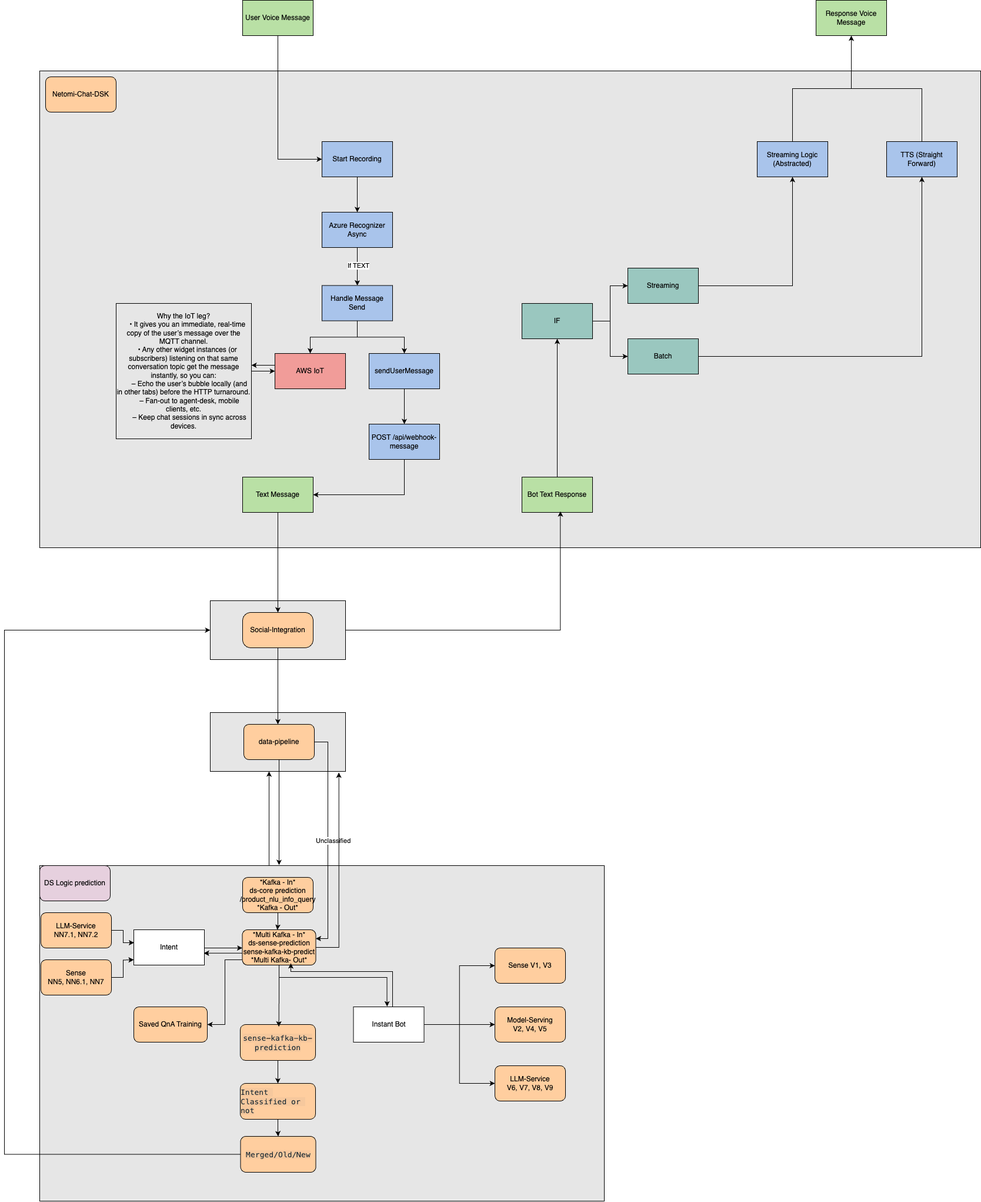
The draw.io diagram Acrh Oration Current Detailed.png in anirudh-32/Images, before a commit. Source tidied: cells renumbered, new cells last; positions are measured from the earlier drawing's top-left corner, leaving out a move shared by most shapes.
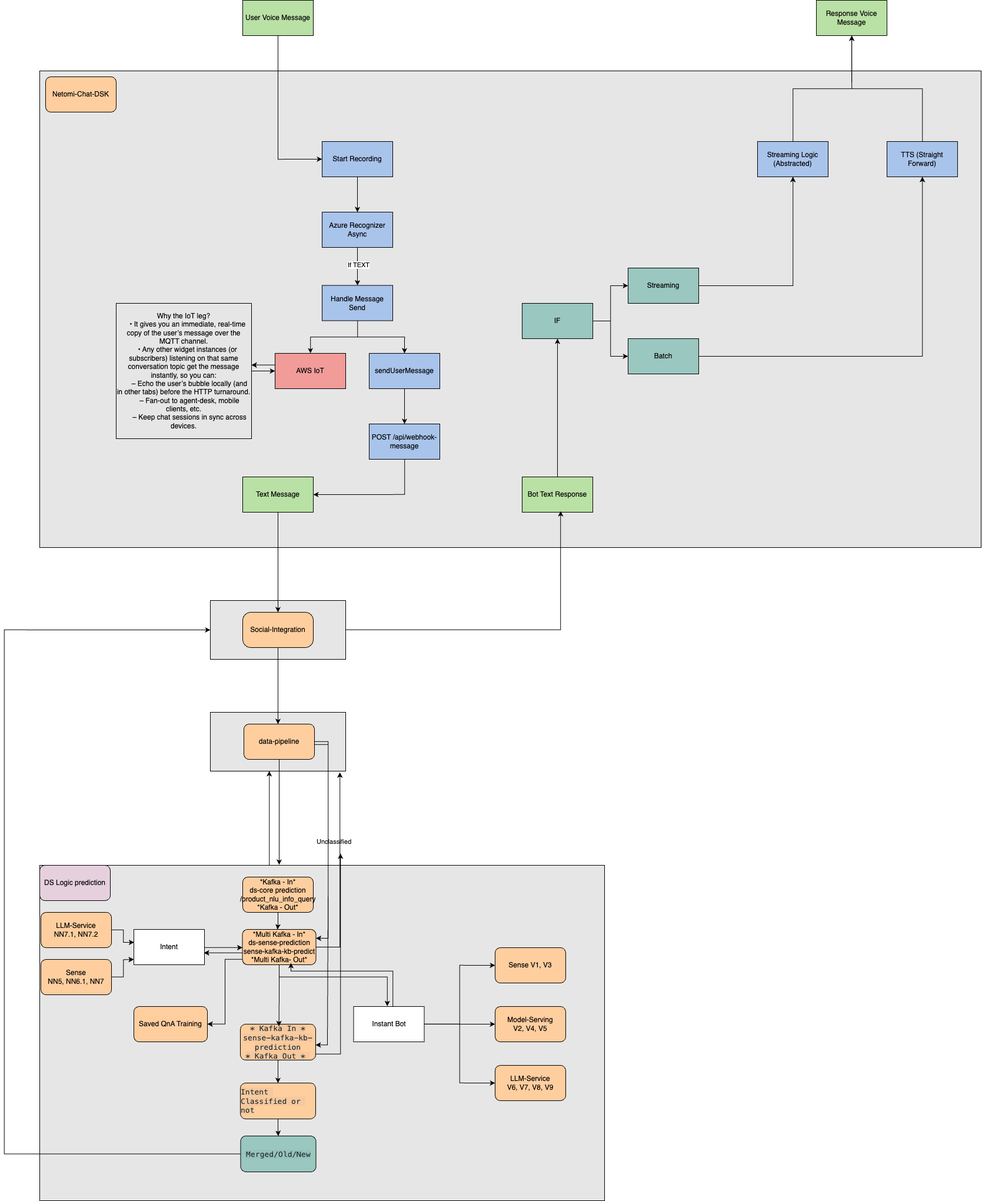
Above is the later version.

What changed in the source:
```diff
@@ -174,6 +174,18 @@
     <mxCell id="47" value="&amp;nbsp; &amp;nbsp; &amp;nbsp; Unclassified" style="edgeLabel;html=1;align=center;verticalAlign=middle;" parent="46" vertex="1">
       <mxGeometry x="0.01" y="-1" relative="1" as="geometry" />
     </mxCell>
+    <mxCell id="80" style="edgeStyle=orthogonalEdgeStyle;rounded=0;orthogonalLoop=1;jettySize=auto;html=1;entryX=1;entryY=0.5;entryDx=0;entryDy=0;" parent="1" edge="1">
+      <mxGeometry relative="1" as="geometry">
+        <mxPoint x="527" y="1264.8" as="sourcePoint" />
+        <mxPoint x="529" y="1775.2" as="targetPoint" />
+        <Array as="points">
+          <mxPoint x="550" y="1264.8" />
+          <mxPoint x="550" y="1519.8" />
+          <mxPoint x="549" y="1519.8" />
+          <mxPoint x="549" y="1774.8" />
+        </Array>
+      </mxGeometry>
+    </mxCell>
     <mxCell id="48" value="data-pipeline" style="rounded=1;whiteSpace=wrap;html=1;fillColor=#FFCE9F;" parent="1" vertex="1">
       <mxGeometry x="407" y="1230" width="120" height="60" as="geometry" />
     </mxCell>
@@ -249,10 +261,12 @@
         <mxPoint x="220" y="1630" as="targetPoint" />
       </mxGeometry>
     </mxCell>
-    <mxCell id="62" style="edgeStyle=orthogonalEdgeStyle;rounded=0;jettySize=auto;html=1;entryX=0.951;entryY=1.019;entryDx=0;entryDy=0;entryPerimeter=0;" parent="1" edge="1" source="55" target="2">
+    <mxCell id="62" style="edgeStyle=orthogonalEdgeStyle;rounded=0;jettySize=auto;html=1;" parent="1" edge="1" source="55">
       <mxGeometry relative="1" as="geometry">
+        <mxPoint x="570" y="1310" as="targetPoint" />
         <Array as="points">
-          <mxPoint x="569" y="1609" />
+          <mxPoint x="570" y="1609" />
+          <mxPoint x="570" y="1312" />
         </Array>
       </mxGeometry>
     </mxCell>
@@ -286,7 +300,7 @@
     <mxCell id="72" style="edgeStyle=orthogonalEdgeStyle;rounded=0;jettySize=auto;html=1;" parent="1" edge="1" source="73" target="77">
       <mxGeometry relative="1" as="geometry" />
     </mxCell>
-    <mxCell id="73" value="&lt;span style=&quot;white-space-collapse: preserve; color: rgba(28, 43, 52, 0.98); font-family: &amp;quot;Roboto Mono&amp;quot;, Menlo, &amp;quot;Liberation Mono&amp;quot;, Courier, monospace; font-size: 13px; text-align: left; background-color: rgba(88, 95, 112, 0.05);&quot;&gt;sense&lt;/span&gt;&lt;span style=&quot;white-space-collapse: preserve; box-sizing: inherit; --code-background: var(--code-background-default,var(--ui-code-background)); --code-marker-background: #f2ecfc#b48fe11a; --code-marker-column-background: #cbb1ed80#b48fe133; --code-border: #e2e5ed#2c2b2b; --code-marker-numbers: #373b4680#ffffff4d; --code-text-purple: #632ca6#a26dd8; --code-text-yellow: #de5f0c#a68716; --code-text-green: #2a7e41#40ab5e; --code-text-blue: #006bc2#3d8bd0; --code-text-pink: #d60f86#ff00c7; --selected-code-highlight-color: #373b4633#d4d1d633; --code-text: var(--ui-text); font-family: &amp;quot;Roboto Mono&amp;quot;, Menlo, &amp;quot;Liberation Mono&amp;quot;, Courier, monospace; font-size: 13px; text-align: left; background-color: rgba(88, 95, 112, 0.05);&quot; class=&quot;hllog_quoted-string&quot;&gt;-&lt;/span&gt;&lt;span style=&quot;white-space-collapse: preserve; color: rgba(28, 43, 52, 0.98); font-family: &amp;quot;Roboto Mono&amp;quot;, Menlo, &amp;quot;Liberation Mono&amp;quot;, Courier, monospace; font-size: 13px; text-align: left; background-color: rgba(88, 95, 112, 0.05);&quot;&gt;kafka-kb&lt;/span&gt;&lt;span style=&quot;white-space-collapse: preserve; box-sizing: inherit; --code-background: var(--code-background-default,var(--ui-code-background)); --code-marker-background: #f2ecfc#b48fe11a; --code-marker-column-background: #cbb1ed80#b48fe133; --code-border: #e2e5ed#2c2b2b; --code-marker-numbers: #373b4680#ffffff4d; --code-text-purple: #632ca6#a26dd8; --code-text-yellow: #de5f0c#a68716; --code-text-green: #2a7e41#40ab5e; --code-text-blue: #006bc2#3d8bd0; --code-text-pink: #d60f86#ff00c7; --selected-code-highlight-color: #373b4633#d4d1d633; --code-text: var(--ui-text); font-family: &amp;quot;Roboto Mono&amp;quot;, Menlo, &amp;quot;Liberation Mono&amp;quot;, Courier, monospace; font-size: 13px; text-align: left; background-color: rgba(88, 95, 112, 0.05);&quot; class=&quot;hllog_quoted-string&quot;&gt;-&lt;/span&gt;&lt;span style=&quot;white-space-collapse: preserve; color: rgba(28, 43, 52, 0.98); font-family: &amp;quot;Roboto Mono&amp;quot;, Menlo, &amp;quot;Liberation Mono&amp;quot;, Courier, monospace; font-size: 13px; text-align: left; background-color: rgba(88, 95, 112, 0.05);&quot;&gt;prediction&lt;/span&gt;" style="rounded=1;whiteSpace=wrap;html=1;fillColor=#FFCE9F;" parent="1" vertex="1">
+    <mxCell id="73" value="&lt;div&gt;&lt;span style=&quot;white-space-collapse: preserve; color: rgba(28, 43, 52, 0.98); font-family: &amp;quot;Roboto Mono&amp;quot;, Menlo, &amp;quot;Liberation Mono&amp;quot;, Courier, monospace; font-size: 13px; text-align: left; background-color: rgba(88, 95, 112, 0.05);&quot;&gt;* Kafka In *&lt;/span&gt;&lt;/div&gt;&lt;span style=&quot;white-space-collapse: preserve; color: rgba(28, 43, 52, 0.98); font-family: &amp;quot;Roboto Mono&amp;quot;, Menlo, &amp;quot;Liberation Mono&amp;quot;, Courier, monospace; font-size: 13px; text-align: left; background-color: rgba(88, 95, 112, 0.05);&quot;&gt;sense&lt;/span&gt;&lt;span style=&quot;white-space-collapse: preserve; box-sizing: inherit; --code-background: var(--code-background-default,var(--ui-code-background)); --code-marker-background: #f2ecfc#b48fe11a; --code-marker-column-background: #cbb1ed80#b48fe133; --code-border: #e2e5ed#2c2b2b; --code-marker-numbers: #373b4680#ffffff4d; --code-text-purple: #632ca6#a26dd8; --code-text-yellow: #de5f0c#a68716; --code-text-green: #2a7e41#40ab5e; --code-text-blue: #006bc2#3d8bd0; --code-text-pink: #d60f86#ff00c7; --selected-code-highlight-color: #373b4633#d4d1d633; --code-text: var(--ui-text); font-family: &amp;quot;Roboto Mono&amp;quot;, Menlo, &amp;quot;Liberation Mono&amp;quot;, Courier, monospace; font-size: 13px; text-align: left; background-color: rgba(88, 95, 112, 0.05);&quot; class=&quot;hllog_quoted-string&quot;&gt;-&lt;/span&gt;&lt;span style=&quot;white-space-collapse: preserve; color: rgba(28, 43, 52, 0.98); font-family: &amp;quot;Roboto Mono&amp;quot;, Menlo, &amp;quot;Liberation Mono&amp;quot;, Courier, monospace; font-size: 13px; text-align: left; background-color: rgba(88, 95, 112, 0.05);&quot;&gt;kafka-kb&lt;/span&gt;&lt;span style=&quot;white-space-collapse: preserve; box-sizing: inherit; --code-background: var(--code-background-default,var(--ui-code-background)); --code-marker-background: #f2ecfc#b48fe11a; --code-marker-column-background: #cbb1ed80#b48fe133; --code-border: #e2e5ed#2c2b2b; --code-marker-numbers: #373b4680#ffffff4d; --code-text-purple: #632ca6#a26dd8; --code-text-yellow: #de5f0c#a68716; --code-text-green: #2a7e41#40ab5e; --code-text-blue: #006bc2#3d8bd0; --code-text-pink: #d60f86#ff00c7; --selected-code-highlight-color: #373b4633#d4d1d633; --code-text: var(--ui-text); font-family: &amp;quot;Roboto Mono&amp;quot;, Menlo, &amp;quot;Liberation Mono&amp;quot;, Courier, monospace; font-size: 13px; text-align: left; background-color: rgba(88, 95, 112, 0.05);&quot; class=&quot;hllog_quoted-string&quot;&gt;-&lt;/span&gt;&lt;span style=&quot;white-space-collapse: preserve; color: rgba(28, 43, 52, 0.98); font-family: &amp;quot;Roboto Mono&amp;quot;, Menlo, &amp;quot;Liberation Mono&amp;quot;, Courier, monospace; font-size: 13px; text-align: left; background-color: rgba(88, 95, 112, 0.05);&quot;&gt;prediction&lt;br/&gt;* Kafka Out * &lt;/span&gt;" style="rounded=1;whiteSpace=wrap;html=1;fillColor=#FFCE9F;" parent="1" vertex="1">
       <mxGeometry x="401" y="1740" width="128" height="61" as="geometry" />
     </mxCell>
     <mxCell id="74" style="edgeStyle=orthogonalEdgeStyle;rounded=0;jettySize=auto;html=1;entryX=0.512;entryY=0.058;entryDx=0;entryDy=0;entryPerimeter=0;" parent="1" edge="1" source="55" target="73">
@@ -303,6 +317,17 @@
     <mxCell id="76" style="edgeStyle=orthogonalEdgeStyle;rounded=0;jettySize=auto;html=1;" parent="1" edge="1" source="77" target="79">
       <mxGeometry relative="1" as="geometry" />
     </mxCell>
+    <mxCell id="81" style="edgeStyle=orthogonalEdgeStyle;rounded=0;orthogonalLoop=1;jettySize=auto;html=1;exitX=0.991;exitY=0.831;exitDx=0;exitDy=0;exitPerimeter=0;" parent="1" edge="1">
+      <mxGeometry relative="1" as="geometry">
+        <mxPoint x="529" y="1790.7" as="sourcePoint" />
+        <mxPoint x="571.1" y="1450" as="targetPoint" />
+        <Array as="points">
+          <mxPoint x="571.1" y="1791" />
+          <mxPoint x="571.1" y="1460" />
+          <mxPoint x="572.1" y="1460" />
+        </Array>
+      </mxGeometry>
+    </mxCell>
     <mxCell id="77" value="&lt;div style=&quot;text-align: left;&quot;&gt;&lt;font face=&quot;Roboto Mono, Menlo, Liberation Mono, Courier, monospace&quot; color=&quot;rgba(28, 43, 52, 0.98)&quot;&gt;&lt;span style=&quot;font-size: 13px; white-space-collapse: preserve; background-color: rgba(88, 95, 112, 0.05);&quot;&gt;Intent Classified or not&lt;/span&gt;&lt;/font&gt;&lt;/div&gt;" style="rounded=1;whiteSpace=wrap;html=1;fillColor=#FFCE9F;" parent="1" vertex="1">
       <mxGeometry x="401" y="1840" width="128" height="61" as="geometry" />
     </mxCell>
@@ -314,7 +339,7 @@
         </Array>
       </mxGeometry>
     </mxCell>
-    <mxCell id="79" value="&lt;div style=&quot;text-align: left;&quot;&gt;&lt;font face=&quot;Roboto Mono, Menlo, Liberation Mono, Courier, monospace&quot; color=&quot;rgba(28, 43, 52, 0.98)&quot;&gt;&lt;span style=&quot;font-size: 13px; white-space-collapse: preserve; background-color: rgba(88, 95, 112, 0.05);&quot;&gt;Merged/Old/New&lt;/span&gt;&lt;/font&gt;&lt;/div&gt;" style="rounded=1;whiteSpace=wrap;html=1;fillColor=#FFCE9F;" parent="1" vertex="1">
+    <mxCell id="79" value="&lt;div style=&quot;text-align: left;&quot;&gt;&lt;font face=&quot;Roboto Mono, Menlo, Liberation Mono, Courier, monospace&quot; color=&quot;rgba(28, 43, 52, 0.98)&quot;&gt;&lt;span style=&quot;font-size: 13px; white-space-collapse: preserve; background-color: rgba(88, 95, 112, 0.05);&quot;&gt;Merged/Old/New&lt;/span&gt;&lt;/font&gt;&lt;/div&gt;" style="rounded=1;whiteSpace=wrap;html=1;fillColor=#9AC7BF;" parent="1" vertex="1">
       <mxGeometry x="401.5" y="1930" width="128" height="61" as="geometry" />
     </mxCell>
   </root>
```
